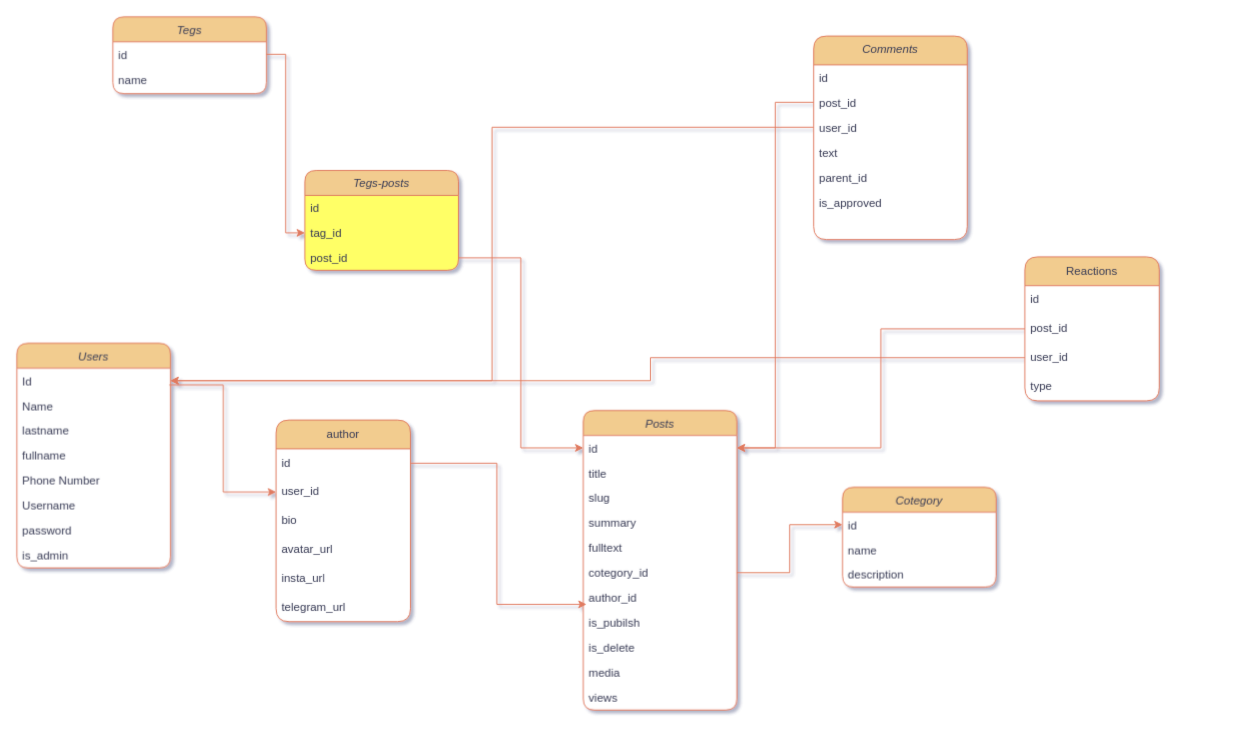
This is Диаграмма без названия.drawio from StarGroupnukus/FiveCityNews, a draw.io file, before an edit. Source tidied: cells renumbered, new cells numbered last; positions are measured from the earlier drawing's top-left corner, leaving out a move shared by most shapes. Both pictures are drawn from the tidied source at 96%, with x=0, y=0 at pixel (16, 16).
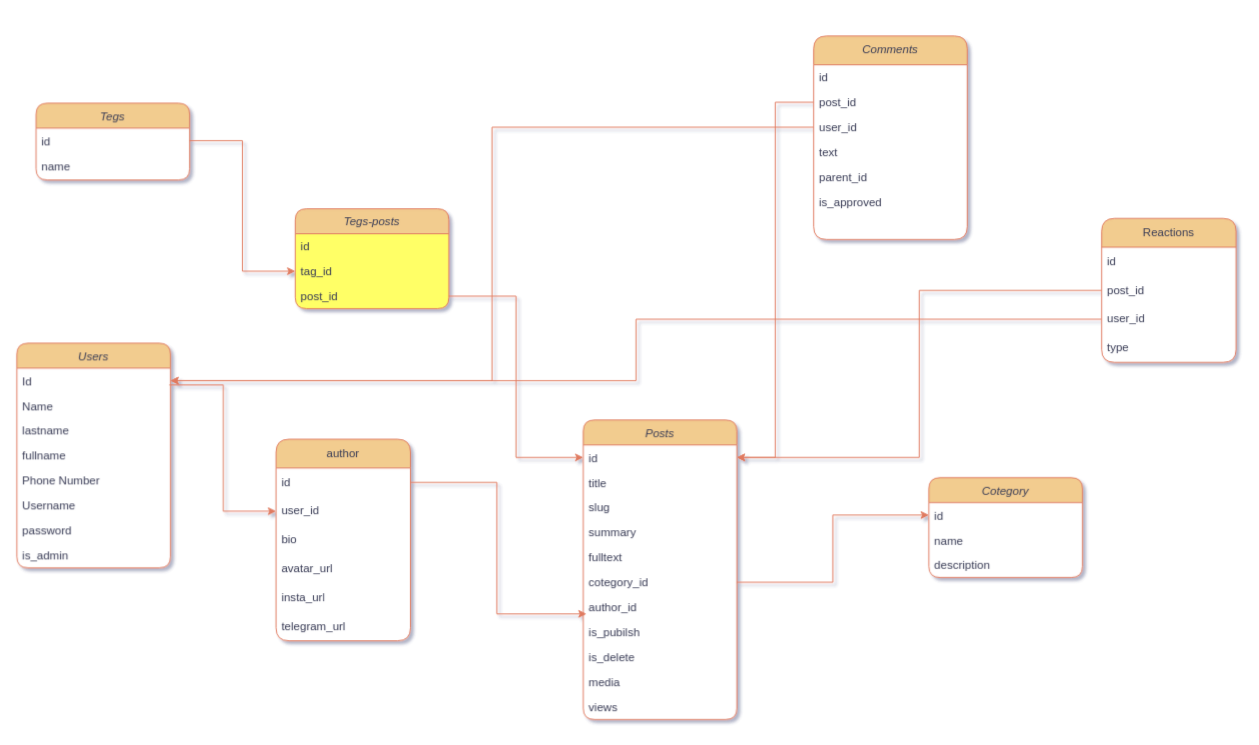
After the change.

The change refers to these unchanged cells:
```xml
<mxCell id="3" value="Id" style="text;align=left;verticalAlign=top;spacingLeft=4;spacingRight=4;overflow=hidden;points=[[0,0.5],[1,0.5]];portConstraint=eastwest;labelBackgroundColor=none;fontColor=#393C56;" parent="2" vertex="1">
  <mxGeometry y="26" width="160" height="26" as="geometry" />
</mxCell>
<mxCell id="58" value="user_id" style="text;strokeColor=none;fillColor=none;align=left;verticalAlign=middle;spacingLeft=4;spacingRight=4;overflow=hidden;points=[[0,0.5],[1,0.5]];portConstraint=eastwest;whiteSpace=wrap;html=1;fontColor=#393C56;" parent="55" vertex="1">
  <mxGeometry y="90" width="140" height="30" as="geometry" />
</mxCell>
```

Change to the diagram source:
```diff
@@
     <mxCell id="11" value="Posts" style="swimlane;fontStyle=2;align=center;verticalAlign=top;horizontal=1;startSize=26;rounded=1;shadow=0;strokeWidth=1;labelBackgroundColor=none;fillColor=#F2CC8F;strokeColor=#E07A5F;fontColor=#393C56;rotation=0;swimlaneFillColor=default;" parent="1" vertex="1">
-      <mxGeometry x="590" y="410" width="160" height="312" as="geometry" />
+      <mxGeometry x="590" y="420" width="160" height="312" as="geometry" />
     </mxCell>
@@
     <mxCell id="24" value="Tegs" style="swimlane;fontStyle=2;align=center;verticalAlign=top;horizontal=1;startSize=26;rounded=1;shadow=0;strokeWidth=1;labelBackgroundColor=none;fillColor=#F2CC8F;strokeColor=#E07A5F;fontColor=#393C56;rotation=0;swimlaneFillColor=default;" parent="1" vertex="1">
-      <mxGeometry x="100" width="160" height="80" as="geometry" />
+      <mxGeometry x="20" y="90" width="160" height="80" as="geometry" />
     </mxCell>
@@
     <mxCell id="27" value="Cotegory" style="swimlane;fontStyle=2;align=center;verticalAlign=top;horizontal=1;startSize=26;rounded=1;shadow=0;strokeWidth=1;labelBackgroundColor=none;fillColor=#F2CC8F;strokeColor=#E07A5F;fontColor=#393C56;rotation=0;swimlaneFillColor=default;" parent="1" vertex="1">
-      <mxGeometry x="860" y="490" width="160" height="104" as="geometry" />
+      <mxGeometry x="950" y="480" width="160" height="104" as="geometry" />
     </mxCell>
@@
     <mxCell id="31" value="Tegs-posts" style="swimlane;fontStyle=2;align=center;verticalAlign=top;horizontal=1;startSize=26;rounded=1;shadow=0;strokeWidth=1;labelBackgroundColor=none;fillColor=#F2CC8F;strokeColor=#E07A5F;fontColor=#393C56;rotation=0;swimlaneFillColor=#FFFF66;" parent="1" vertex="1">
-      <mxGeometry x="300" y="160" width="160" height="104" as="geometry" />
+      <mxGeometry x="290" y="200" width="160" height="104" as="geometry" />
     </mxCell>
@@
     <mxCell id="38" value="author" style="swimlane;fontStyle=0;horizontal=1;startSize=30;whiteSpace=wrap;html=1;strokeColor=#E07A5F;fontColor=#393C56;fillColor=#F2CC8F;rounded=1;swimlaneFillColor=default;swimlaneLine=1;" parent="1" vertex="1">
-      <mxGeometry x="270" y="420" width="140" height="210" as="geometry" />
+      <mxGeometry x="270" y="440" width="140" height="210" as="geometry" />
     </mxCell>
@@
     <mxCell id="55" value="Reactions" style="swimlane;fontStyle=0;horizontal=1;startSize=30;whiteSpace=wrap;html=1;strokeColor=#E07A5F;fontColor=#393C56;fillColor=#F2CC8F;swimlaneFillColor=default;rounded=1;" parent="1" vertex="1">
-      <mxGeometry x="1050" y="250" width="140" height="150" as="geometry" />
+      <mxGeometry x="1130" y="210" width="140" height="150" as="geometry" />
     </mxCell>
@@
-    <mxCell id="61" style="edgeStyle=orthogonalEdgeStyle;rounded=0;jettySize=auto;html=1;entryX=1;entryY=0.5;entryDx=0;entryDy=0;strokeColor=#E07A5F;fontColor=#393C56;fillColor=#F2CC8F;" parent="1" edge="1" source="58" target="3">
-      <mxGeometry relative="1" as="geometry">
-        <Array as="points">
-          <mxPoint x="660" y="355" />
-          <mxPoint x="660" y="379" />
-        </Array>
-      </mxGeometry>
+    <mxCell id="61" style="edgeStyle=orthogonalEdgeStyle;rounded=0;jettySize=auto;html=1;exitX=0;exitY=0.5;exitDx=0;exitDy=0;strokeColor=#E07A5F;fontColor=#393C56;fillColor=#F2CC8F;" parent="1" edge="1" source="58" target="3">
+      <mxGeometry relative="1" as="geometry" />
     </mxCell>
```
